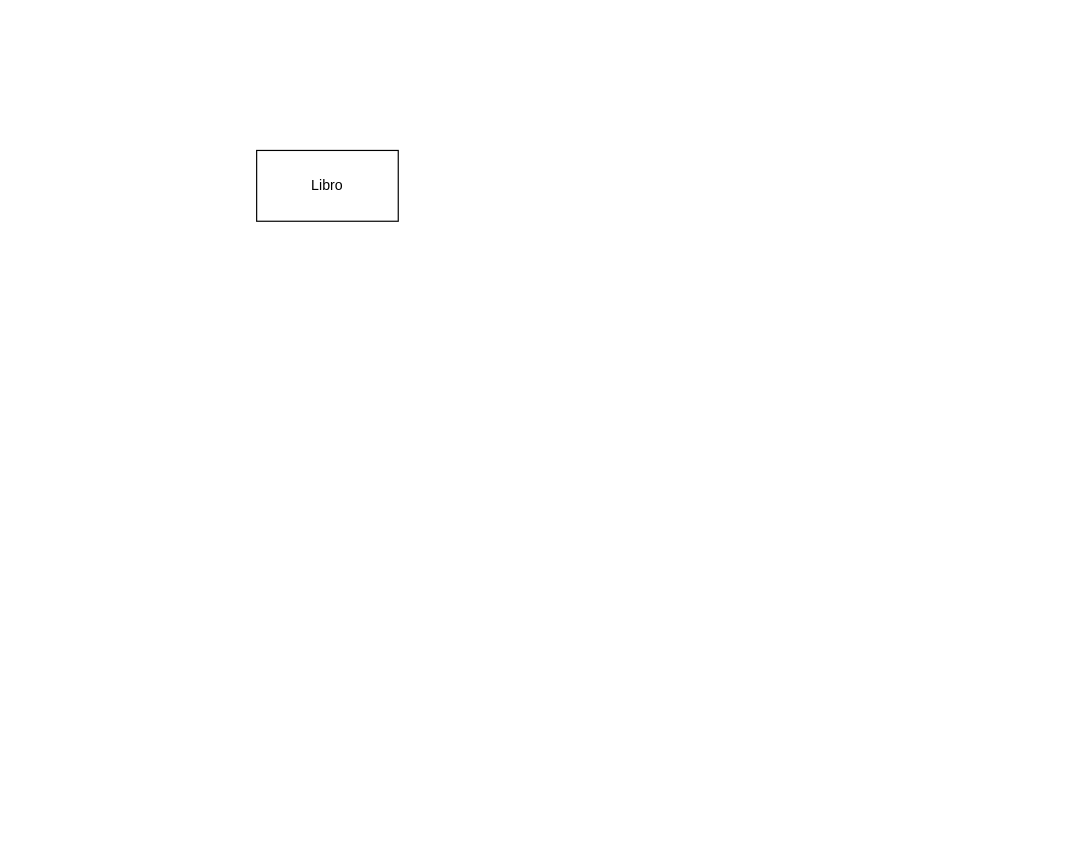
Earlier version of the draw.io diagram biblioteca.drawio (FrancoVillani/mindhub). Source tidied: cells renumbered, new cells numbered last; positions are measured from the earlier drawing's top-left corner, leaving out a move shared by most shapes. Both pictures are drawn from the tidied source at 118%, with x=0, y=0 at pixel (256, 150).
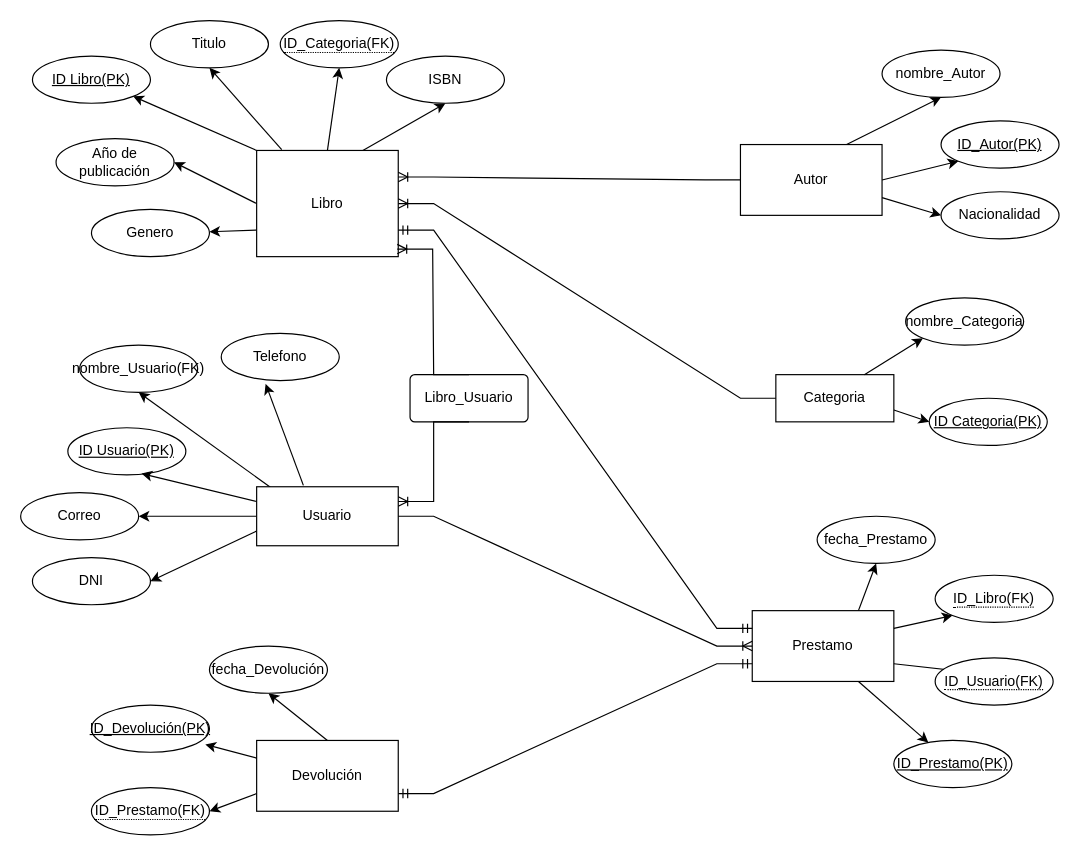
Above is the later version.

Diff of the diagram source:
```diff
@@
+    <mxCell id="3" style="edgeStyle=none;rounded=0;jettySize=auto;html=1;exitX=0;exitY=0.75;exitDx=0;exitDy=0;" parent="1" edge="1" source="2" target="27">
+      <mxGeometry relative="1" as="geometry" />
+    </mxCell>
+    <mxCell id="4" style="rounded=0;jettySize=auto;html=1;exitX=0.177;exitY=-0.007;exitDx=0;exitDy=0;entryX=0.5;entryY=1;entryDx=0;entryDy=0;exitPerimeter=0;" parent="1" edge="1" source="2" target="25">
+      <mxGeometry relative="1" as="geometry" />
+    </mxCell>
+    <mxCell id="5" style="edgeStyle=none;rounded=0;jettySize=auto;html=1;exitX=0.75;exitY=0;exitDx=0;exitDy=0;entryX=0.5;entryY=1;entryDx=0;entryDy=0;" parent="1" edge="1" source="2" target="26">
+      <mxGeometry relative="1" as="geometry" />
+    </mxCell>
+    <mxCell id="6" style="edgeStyle=none;rounded=0;jettySize=auto;html=1;exitX=0;exitY=0.5;exitDx=0;exitDy=0;entryX=1;entryY=0.5;entryDx=0;entryDy=0;" parent="1" edge="1" source="2" target="28">
+      <mxGeometry relative="1" as="geometry" />
+    </mxCell>
+    <mxCell id="7" style="edgeStyle=none;rounded=0;jettySize=auto;html=1;exitX=0;exitY=0;exitDx=0;exitDy=0;entryX=1;entryY=1;entryDx=0;entryDy=0;" parent="1" edge="1" source="2" target="29">
+      <mxGeometry relative="1" as="geometry" />
+    </mxCell>
+    <mxCell id="8" style="edgeStyle=none;rounded=0;jettySize=auto;html=1;exitX=0.5;exitY=0;exitDx=0;exitDy=0;entryX=0.5;entryY=1;entryDx=0;entryDy=0;" parent="1" edge="1" source="2" target="52">
+      <mxGeometry relative="1" as="geometry" />
+    </mxCell>
-    <mxCell id="2" value="Libro&lt;br&gt;" style="rounded=0;whiteSpace=wrap;html=1;" parent="1" vertex="1">
-      <mxGeometry width="120" height="60" as="geometry" />
+    <mxCell id="2" value="Libro" style="rounded=0;whiteSpace=wrap;html=1;" parent="1" vertex="1">
+      <mxGeometry width="120" height="90" as="geometry" />
     </mxCell>
+    <mxCell id="9" style="edgeStyle=none;rounded=0;jettySize=auto;html=1;entryX=0.5;entryY=1;entryDx=0;entryDy=0;exitX=0.75;exitY=0;exitDx=0;exitDy=0;" parent="1" edge="1" source="12" target="36">
+      <mxGeometry relative="1" as="geometry" />
+    </mxCell>
+    <mxCell id="10" style="edgeStyle=none;rounded=0;jettySize=auto;html=1;exitX=1;exitY=0.5;exitDx=0;exitDy=0;entryX=0;entryY=1;entryDx=0;entryDy=0;" parent="1" edge="1" source="12" target="37">
+      <mxGeometry relative="1" as="geometry" />
+    </mxCell>
+    <mxCell id="11" style="edgeStyle=none;rounded=0;jettySize=auto;html=1;exitX=1;exitY=0.75;exitDx=0;exitDy=0;entryX=0;entryY=0.5;entryDx=0;entryDy=0;" parent="1" edge="1" source="12" target="38">
+      <mxGeometry relative="1" as="geometry" />
+    </mxCell>
+    <mxCell id="12" value="Autor" style="rounded=0;whiteSpace=wrap;html=1;" parent="1" vertex="1">
+      <mxGeometry x="410" y="-5" width="120" height="60" as="geometry" />
+    </mxCell>
+    <mxCell id="13" style="edgeStyle=none;rounded=0;jettySize=auto;html=1;exitX=0.097;exitY=0.008;exitDx=0;exitDy=0;entryX=0.5;entryY=1;entryDx=0;entryDy=0;exitPerimeter=0;" parent="1" edge="1" source="17" target="32">
+      <mxGeometry relative="1" as="geometry" />
+    </mxCell>
+    <mxCell id="14" style="edgeStyle=none;rounded=0;jettySize=auto;html=1;exitX=0;exitY=0.75;exitDx=0;exitDy=0;entryX=1;entryY=0.5;entryDx=0;entryDy=0;" parent="1" edge="1" source="17" target="35">
+      <mxGeometry relative="1" as="geometry" />
+    </mxCell>
+    <mxCell id="15" style="edgeStyle=none;rounded=0;jettySize=auto;html=1;exitX=0;exitY=0.5;exitDx=0;exitDy=0;entryX=1;entryY=0.5;entryDx=0;entryDy=0;" parent="1" edge="1" source="17" target="34">
+      <mxGeometry relative="1" as="geometry" />
+    </mxCell>
+    <mxCell id="16" style="edgeStyle=none;rounded=0;jettySize=auto;html=1;exitX=0.33;exitY=-0.024;exitDx=0;exitDy=0;entryX=0.376;entryY=1.07;entryDx=0;entryDy=0;exitPerimeter=0;entryPerimeter=0;" parent="1" edge="1" source="17" target="33">
+      <mxGeometry relative="1" as="geometry" />
+    </mxCell>
+    <mxCell id="17" value="Usuario" style="rounded=0;whiteSpace=wrap;html=1;" parent="1" vertex="1">
+      <mxGeometry y="285" width="120" height="50" as="geometry" />
+    </mxCell>
+    <mxCell id="18" style="edgeStyle=none;rounded=0;jettySize=auto;html=1;exitX=0.75;exitY=1;exitDx=0;exitDy=0;" parent="1" edge="1" source="20" target="40">
+      <mxGeometry relative="1" as="geometry" />
+    </mxCell>
+    <mxCell id="19" style="edgeStyle=none;rounded=0;jettySize=auto;html=1;exitX=0.75;exitY=0;exitDx=0;exitDy=0;entryX=0.5;entryY=1;entryDx=0;entryDy=0;" parent="1" edge="1" source="20" target="47">
+      <mxGeometry relative="1" as="geometry" />
+    </mxCell>
+    <mxCell id="20" value="Prestamo" style="rounded=0;whiteSpace=wrap;html=1;" parent="1" vertex="1">
+      <mxGeometry x="420" y="390" width="120" height="60" as="geometry" />
+    </mxCell>
+    <mxCell id="21" style="edgeStyle=none;rounded=0;jettySize=auto;html=1;exitX=0.5;exitY=0;exitDx=0;exitDy=0;entryX=0.5;entryY=1;entryDx=0;entryDy=0;" parent="1" edge="1" source="24" target="43">
+      <mxGeometry relative="1" as="geometry" />
+    </mxCell>
+    <mxCell id="22" style="edgeStyle=none;rounded=0;jettySize=auto;html=1;exitX=1;exitY=0.75;exitDx=0;exitDy=0;entryX=1;entryY=0.5;entryDx=0;entryDy=0;" parent="1" edge="1" source="20" target="45">
+      <mxGeometry relative="1" as="geometry" />
+    </mxCell>
+    <mxCell id="23" style="edgeStyle=none;rounded=0;jettySize=auto;html=1;exitX=0;exitY=0.75;exitDx=0;exitDy=0;entryX=1;entryY=0.5;entryDx=0;entryDy=0;" parent="1" edge="1" source="24" target="48">
+      <mxGeometry relative="1" as="geometry" />
+    </mxCell>
+    <mxCell id="24" value="Devolución" style="rounded=0;whiteSpace=wrap;html=1;" parent="1" vertex="1">
+      <mxGeometry y="500" width="120" height="60" as="geometry" />
+    </mxCell>
+    <mxCell id="25" value="Titulo" style="ellipse;whiteSpace=wrap;html=1;align=center;" parent="1" vertex="1">
+      <mxGeometry x="-90" y="-110" width="100" height="40" as="geometry" />
+    </mxCell>
+    <mxCell id="26" value="ISBN" style="ellipse;whiteSpace=wrap;html=1;align=center;" parent="1" vertex="1">
+      <mxGeometry x="110" y="-80" width="100" height="40" as="geometry" />
+    </mxCell>
+    <mxCell id="27" value="Genero" style="ellipse;whiteSpace=wrap;html=1;align=center;" parent="1" vertex="1">
+      <mxGeometry x="-140" y="50" width="100" height="40" as="geometry" />
+    </mxCell>
+    <mxCell id="28" value="Año de publicación" style="ellipse;whiteSpace=wrap;html=1;align=center;" parent="1" vertex="1">
+      <mxGeometry x="-170" y="-10" width="100" height="40" as="geometry" />
+    </mxCell>
+    <mxCell id="29" value="ID Libro(PK)" style="ellipse;whiteSpace=wrap;html=1;align=center;fontStyle=4;" parent="1" vertex="1">
+      <mxGeometry x="-190" y="-80" width="100" height="40" as="geometry" />
+    </mxCell>
+    <mxCell id="30" value="ID Usuario(PK)" style="ellipse;whiteSpace=wrap;html=1;align=center;fontStyle=4;" parent="1" vertex="1">
+      <mxGeometry x="-160" y="235" width="100" height="40" as="geometry" />
+    </mxCell>
+    <mxCell id="31" style="edgeStyle=none;rounded=0;jettySize=auto;html=1;exitX=0;exitY=0.25;exitDx=0;exitDy=0;entryX=0.624;entryY=0.97;entryDx=0;entryDy=0;entryPerimeter=0;" parent="1" edge="1" source="17" target="30">
+      <mxGeometry relative="1" as="geometry" />
+    </mxCell>
+    <mxCell id="32" value="nombre_Usuario(FK)" style="ellipse;whiteSpace=wrap;html=1;align=center;" parent="1" vertex="1">
+      <mxGeometry x="-150" y="165" width="100" height="40" as="geometry" />
+    </mxCell>
+    <mxCell id="33" value="Telefono" style="ellipse;whiteSpace=wrap;html=1;align=center;" parent="1" vertex="1">
+      <mxGeometry x="-30" y="155" width="100" height="40" as="geometry" />
+    </mxCell>
+    <mxCell id="34" value="Correo" style="ellipse;whiteSpace=wrap;html=1;align=center;" parent="1" vertex="1">
+      <mxGeometry x="-200" y="290" width="100" height="40" as="geometry" />
+    </mxCell>
+    <mxCell id="35" value="DNI" style="ellipse;whiteSpace=wrap;html=1;align=center;" parent="1" vertex="1">
+      <mxGeometry x="-190" y="345" width="100" height="40" as="geometry" />
+    </mxCell>
+    <mxCell id="36" value="nombre_Autor" style="ellipse;whiteSpace=wrap;html=1;align=center;" parent="1" vertex="1">
+      <mxGeometry x="530" y="-85" width="100" height="40" as="geometry" />
+    </mxCell>
+    <mxCell id="37" value="ID_Autor(PK)" style="ellipse;whiteSpace=wrap;html=1;align=center;fontStyle=4;" parent="1" vertex="1">
+      <mxGeometry x="580" y="-25" width="100" height="40" as="geometry" />
+    </mxCell>
+    <mxCell id="38" value="Nacionalidad" style="ellipse;whiteSpace=wrap;html=1;align=center;" parent="1" vertex="1">
+      <mxGeometry x="580" y="35" width="100" height="40" as="geometry" />
+    </mxCell>
+    <mxCell id="39" value="ID_Devolución(PK)" style="ellipse;whiteSpace=wrap;html=1;align=center;fontStyle=4;" parent="1" vertex="1">
+      <mxGeometry x="-140" y="470" width="100" height="40" as="geometry" />
+    </mxCell>
+    <mxCell id="40" value="ID_Prestamo(PK)" style="ellipse;whiteSpace=wrap;html=1;align=center;fontStyle=4;" parent="1" vertex="1">
+      <mxGeometry x="540" y="500" width="100" height="40" as="geometry" />
+    </mxCell>
+    <mxCell id="41" style="edgeStyle=none;rounded=0;jettySize=auto;html=1;exitX=1;exitY=0.75;exitDx=0;exitDy=0;entryX=0;entryY=0.5;entryDx=0;entryDy=0;" parent="1" edge="1" source="42" target="50">
+      <mxGeometry relative="1" as="geometry" />
+    </mxCell>
+    <mxCell id="42" value="Categoria" style="whiteSpace=wrap;html=1;align=center;" parent="1" vertex="1">
+      <mxGeometry x="440" y="190" width="100" height="40" as="geometry" />
+    </mxCell>
+    <mxCell id="43" value="fecha_Devolución" style="ellipse;whiteSpace=wrap;html=1;align=center;" parent="1" vertex="1">
+      <mxGeometry x="-40" y="420" width="100" height="40" as="geometry" />
+    </mxCell>
+    <mxCell id="44" value="&lt;span style=&quot;border-bottom: 1px dotted&quot;&gt;ID_Libro(FK)&lt;/span&gt;" style="ellipse;whiteSpace=wrap;html=1;align=center;" parent="1" vertex="1">
+      <mxGeometry x="575" y="360" width="100" height="40" as="geometry" />
+    </mxCell>
+    <mxCell id="45" value="&lt;span style=&quot;border-bottom: 1px dotted&quot;&gt;ID_Usuario(FK)&lt;/span&gt;" style="ellipse;whiteSpace=wrap;html=1;align=center;" parent="1" vertex="1">
+      <mxGeometry x="575" y="430" width="100" height="40" as="geometry" />
+    </mxCell>
+    <mxCell id="46" style="edgeStyle=none;rounded=0;jettySize=auto;html=1;exitX=1;exitY=0.25;exitDx=0;exitDy=0;entryX=0;entryY=1;entryDx=0;entryDy=0;" parent="1" edge="1" source="20" target="44">
+      <mxGeometry relative="1" as="geometry" />
+    </mxCell>
+    <mxCell id="47" value="fecha_Prestamo" style="ellipse;whiteSpace=wrap;html=1;align=center;" parent="1" vertex="1">
+      <mxGeometry x="475" y="310" width="100" height="40" as="geometry" />
+    </mxCell>
+    <mxCell id="48" value="&lt;span style=&quot;border-bottom: 1px dotted&quot;&gt;ID_Prestamo(FK)&lt;/span&gt;" style="ellipse;whiteSpace=wrap;html=1;align=center;" parent="1" vertex="1">
+      <mxGeometry x="-140" y="540" width="100" height="40" as="geometry" />
+    </mxCell>
+    <mxCell id="49" value="nombre_Categoria" style="ellipse;whiteSpace=wrap;html=1;align=center;" parent="1" vertex="1">
+      <mxGeometry x="550" y="125" width="100" height="40" as="geometry" />
+    </mxCell>
+    <mxCell id="50" value="ID Categoria(PK)" style="ellipse;whiteSpace=wrap;html=1;align=center;fontStyle=4;" parent="1" vertex="1">
+      <mxGeometry x="570" y="210" width="100" height="40" as="geometry" />
+    </mxCell>
+    <mxCell id="51" style="edgeStyle=none;rounded=0;jettySize=auto;html=1;exitX=0.75;exitY=0;exitDx=0;exitDy=0;entryX=0;entryY=1;entryDx=0;entryDy=0;" parent="1" edge="1" source="42" target="49">
+      <mxGeometry relative="1" as="geometry" />
+    </mxCell>
+    <mxCell id="52" value="&lt;span style=&quot;border-bottom: 1px dotted&quot;&gt;ID_Categoria(FK)&lt;/span&gt;" style="ellipse;whiteSpace=wrap;html=1;align=center;" parent="1" vertex="1">
+      <mxGeometry x="20" y="-110" width="100" height="40" as="geometry" />
+    </mxCell>
+    <mxCell id="53" style="edgeStyle=entityRelationEdgeStyle;fontSize=12;html=1;endArrow=ERoneToMany;rounded=0;fontStyle=2;entryX=1;entryY=0.25;entryDx=0;entryDy=0;exitX=0;exitY=0.5;exitDx=0;exitDy=0;" parent="1" edge="1" source="12" target="2">
+      <mxGeometry relative="1" as="geometry" />
+    </mxCell>
+    <mxCell id="54" style="edgeStyle=entityRelationEdgeStyle;fontSize=12;html=1;endArrow=ERoneToMany;rounded=0;entryX=1;entryY=0.5;entryDx=0;entryDy=0;exitX=0;exitY=0.5;exitDx=0;exitDy=0;" parent="1" edge="1" source="42" target="2">
+      <mxGeometry relative="1" as="geometry" />
+    </mxCell>
+    <mxCell id="55" style="edgeStyle=entityRelationEdgeStyle;fontSize=12;html=1;endArrow=ERmandOne;startArrow=ERmandOne;rounded=0;entryX=0;entryY=0.25;entryDx=0;entryDy=0;exitX=1;exitY=0.75;exitDx=0;exitDy=0;" parent="1" edge="1" source="2" target="20">
+      <mxGeometry relative="1" as="geometry" />
+    </mxCell>
+    <mxCell id="56" style="edgeStyle=entityRelationEdgeStyle;fontSize=12;html=1;endArrow=ERoneToMany;rounded=0;exitX=1;exitY=0.5;exitDx=0;exitDy=0;entryX=0;entryY=0.5;entryDx=0;entryDy=0;" parent="1" edge="1" source="17" target="20">
+      <mxGeometry relative="1" as="geometry" />
+    </mxCell>
+    <mxCell id="57" style="edgeStyle=entityRelationEdgeStyle;fontSize=12;html=1;endArrow=ERmandOne;startArrow=ERmandOne;rounded=0;exitX=1;exitY=0.75;exitDx=0;exitDy=0;entryX=0;entryY=0.75;entryDx=0;entryDy=0;" parent="1" edge="1" source="24" target="20">
+      <mxGeometry relative="1" as="geometry" />
+    </mxCell>
+    <mxCell id="58" value="Libro_Usuario" style="rounded=1;arcSize=10;whiteSpace=wrap;html=1;align=center;" parent="1" vertex="1">
+      <mxGeometry x="130" y="190" width="100" height="40" as="geometry" />
+    </mxCell>
+    <mxCell id="59" style="edgeStyle=entityRelationEdgeStyle;fontSize=12;html=1;endArrow=ERoneToMany;rounded=0;entryX=0.993;entryY=0.929;entryDx=0;entryDy=0;entryPerimeter=0;exitX=0.5;exitY=0;exitDx=0;exitDy=0;" parent="1" edge="1" source="58" target="2">
+      <mxGeometry relative="1" as="geometry" />
+    </mxCell>
+    <mxCell id="60" style="edgeStyle=entityRelationEdgeStyle;fontSize=12;html=1;endArrow=ERoneToMany;rounded=0;entryX=1;entryY=0.25;entryDx=0;entryDy=0;exitX=0.5;exitY=1;exitDx=0;exitDy=0;" parent="1" edge="1" source="58" target="17">
+      <mxGeometry relative="1" as="geometry" />
+    </mxCell>
+    <mxCell id="61" style="edgeStyle=none;rounded=0;jettySize=auto;html=1;exitX=0;exitY=0.25;exitDx=0;exitDy=0;entryX=0.965;entryY=0.835;entryDx=0;entryDy=0;entryPerimeter=0;" parent="1" edge="1" source="24" target="39">
+      <mxGeometry relative="1" as="geometry" />
+    </mxCell>
```
